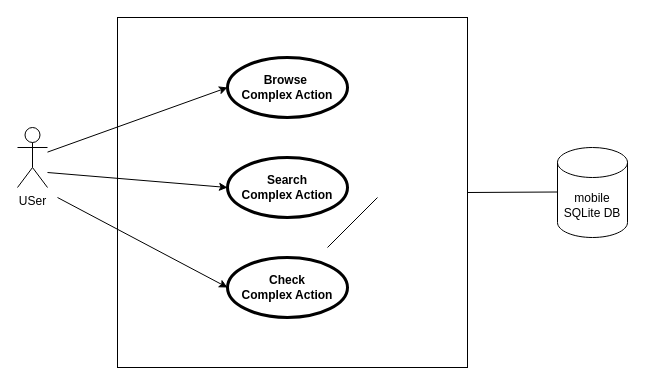
This is doc/UseCase.drawio from Djelloul-Briksi/Portfolio-Software-Engineering, a draw.io file, before an edit. Source tidied: cells renumbered, new cells numbered last; positions are measured from the earlier drawing's top-left corner, leaving out a move shared by most shapes. Both pictures are drawn from the tidied source at 100%, with x=0, y=0 at pixel (17, 17).
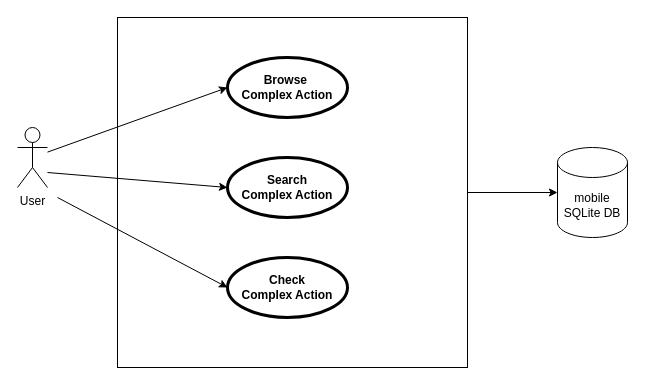
The same diagram, later.

Change to the diagram source:
```diff
@@
 <mxGraphModel>
   <root>
     <mxCell id="0" />
     <mxCell id="1" parent="0" />
     <mxCell id="2" style="whiteSpace=wrap;html=1;" parent="1" vertex="1">
       <mxGeometry x="100" width="350" height="350" as="geometry" />
     </mxCell>
     <mxCell id="3" style="rounded=0;jettySize=auto;html=1;entryX=0;entryY=0.5;entryDx=0;entryDy=0;" parent="1" edge="1" source="4" target="5">
       <mxGeometry relative="1" as="geometry" />
     </mxCell>
-    <mxCell id="4" value="USer" style="shape=umlActor;html=1;verticalLabelPosition=bottom;verticalAlign=top;align=center;" parent="1" vertex="1">
+    <mxCell id="4" value="User" style="shape=umlActor;html=1;verticalLabelPosition=bottom;verticalAlign=top;align=center;" parent="1" vertex="1">
       <mxGeometry y="110" width="30" height="60" as="geometry" />
     </mxCell>
     <mxCell id="5" value="Browse&amp;nbsp;&lt;div&gt;Complex Action&lt;/div&gt;" style="shape=ellipse;html=1;strokeWidth=3;fontStyle=1;whiteSpace=wrap;align=center;perimeter=ellipsePerimeter;" parent="1" vertex="1">
       <mxGeometry x="210" y="40" width="120" height="60" as="geometry" />
     </mxCell>
     <mxCell id="6" value="Search&lt;div&gt;Complex Action&lt;/div&gt;" style="shape=ellipse;html=1;strokeWidth=3;fontStyle=1;whiteSpace=wrap;align=center;perimeter=ellipsePerimeter;" parent="1" vertex="1">
       <mxGeometry x="210" y="140" width="120" height="60" as="geometry" />
     </mxCell>
     <mxCell id="7" value="Check&lt;div&gt;Complex Action&lt;/div&gt;" style="shape=ellipse;html=1;strokeWidth=3;fontStyle=1;whiteSpace=wrap;align=center;perimeter=ellipsePerimeter;" parent="1" vertex="1">
       <mxGeometry x="210" y="240" width="120" height="60" as="geometry" />
     </mxCell>
     <mxCell id="8" style="rounded=0;jettySize=auto;html=1;entryX=0;entryY=0.5;entryDx=0;entryDy=0;" parent="1" edge="1" target="6">
       <mxGeometry relative="1" as="geometry">
         <mxPoint x="30" y="155" as="sourcePoint" />
       </mxGeometry>
     </mxCell>
     <mxCell id="9" style="rounded=0;jettySize=auto;html=1;entryX=0;entryY=0.5;entryDx=0;entryDy=0;" parent="1" edge="1" target="7">
       <mxGeometry relative="1" as="geometry">
         <mxPoint x="40" y="180" as="sourcePoint" />
       </mxGeometry>
     </mxCell>
     <mxCell id="10" value="mobile SQLite DB" style="shape=cylinder3;whiteSpace=wrap;html=1;boundedLbl=1;backgroundOutline=1;size=15;" parent="1" vertex="1">
       <mxGeometry x="540" y="130" width="70" height="90" as="geometry" />
     </mxCell>
-    <mxCell id="11" style="endArrow=none;html=1;rounded=0;" parent="1" edge="1">
-      <mxGeometry relative="1" as="geometry">
-        <mxPoint x="310" y="230" as="sourcePoint" />
-        <mxPoint x="360" y="180" as="targetPoint" />
-      </mxGeometry>
-    </mxCell>
-    <mxCell id="12" style="endArrow=none;html=1;rounded=0;exitX=1;exitY=0.5;exitDx=0;exitDy=0;" parent="1" edge="1" source="2">
-      <mxGeometry relative="1" as="geometry">
-        <mxPoint x="540" y="174.5" as="targetPoint" />
-      </mxGeometry>
-    </mxCell>
+    <mxCell id="13" style="edgeStyle=orthogonalEdgeStyle;rounded=0;jettySize=auto;html=1;exitX=1;exitY=0.5;exitDx=0;exitDy=0;entryX=0;entryY=0.5;entryDx=0;entryDy=0;entryPerimeter=0;" parent="1" edge="1" source="2" target="10">
+      <mxGeometry relative="1" as="geometry" />
+    </mxCell>
   </root>
 </mxGraphModel>
```
